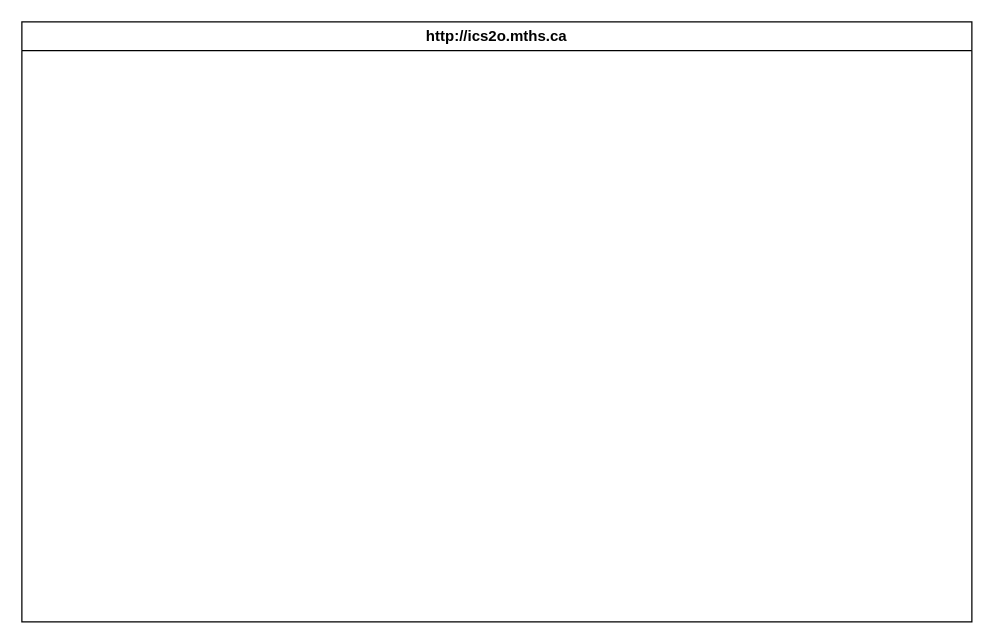
The draw.io diagram design/storyboard.drawio in MTHS-ICD2O-1-2023/ICD2O-Unit-5-03-hai-tran-2, before the edit. Source tidied: cells renumbered, new cells numbered last; positions are measured from the earlier drawing's top-left corner, leaving out a move shared by most shapes. Both pictures are drawn from the tidied source at 125%, with x=0, y=0 at pixel (21, 21).
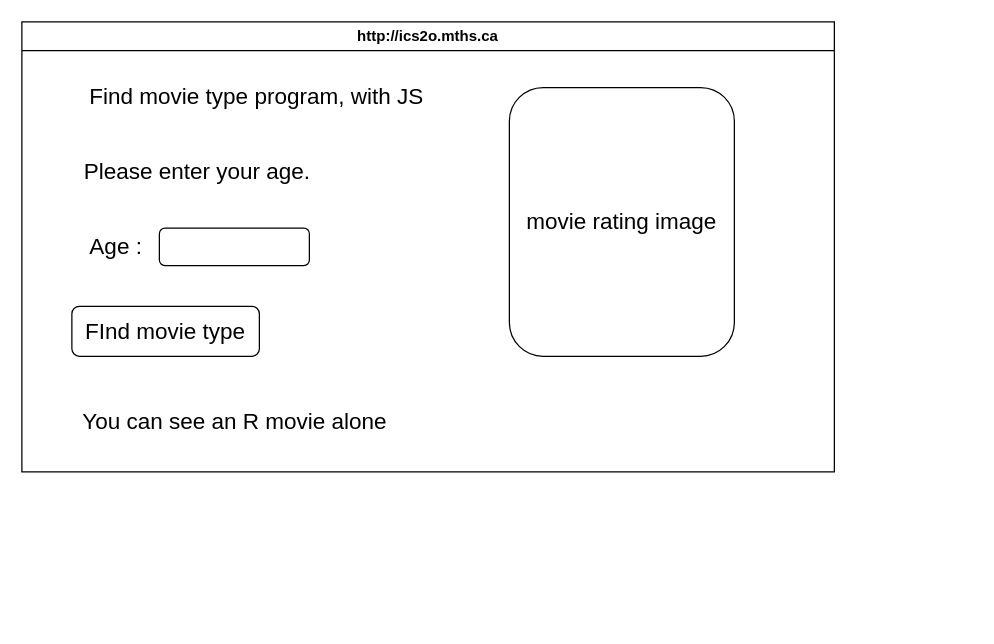
The same page after the edit.

Commit message (it also covers changes not shown here):
add storyboard and flowchart

What changed in the source:
```diff
@@
 <mxGraphModel>
   <root>
     <mxCell id="0" />
     <mxCell id="1" parent="0" />
     <mxCell id="2" value="http://ics2o.mths.ca" style="swimlane;whiteSpace=wrap;html=1;" parent="1" vertex="1">
-      <mxGeometry width="760" height="480" as="geometry" />
+      <mxGeometry width="650" height="360" as="geometry" />
     </mxCell>
+    <mxCell id="3" value="&lt;font style=&quot;font-size: 18px;&quot;&gt;Find movie type program, with JS&amp;nbsp;&lt;/font&gt;" style="text;html=1;align=center;verticalAlign=middle;strokeColor=none;fillColor=none;" parent="2" vertex="1">
+      <mxGeometry x="40" y="40" width="300" height="40" as="geometry" />
+    </mxCell>
+    <mxCell id="4" value="Please enter your age." style="text;html=1;align=center;verticalAlign=middle;strokeColor=none;fillColor=none;fontSize=18;" parent="2" vertex="1">
+      <mxGeometry x="40" y="100" width="200" height="40" as="geometry" />
+    </mxCell>
+    <mxCell id="5" value="Age :" style="text;html=1;align=center;verticalAlign=middle;strokeColor=none;fillColor=none;fontSize=18;" parent="2" vertex="1">
+      <mxGeometry x="40" y="160" width="70" height="40" as="geometry" />
+    </mxCell>
+    <mxCell id="6" style="rounded=1;whiteSpace=wrap;html=1;fontSize=18;" parent="2" vertex="1">
+      <mxGeometry x="110" y="165" width="120" height="30" as="geometry" />
+    </mxCell>
+    <mxCell id="7" value="FInd movie type" style="rounded=1;whiteSpace=wrap;html=1;fontSize=18;" parent="2" vertex="1">
+      <mxGeometry x="40" y="227.5" width="150" height="40" as="geometry" />
+    </mxCell>
+    <mxCell id="8" value="movie rating image" style="rounded=1;whiteSpace=wrap;html=1;fontSize=18;" parent="2" vertex="1">
+      <mxGeometry x="390" y="52.5" width="180" height="215" as="geometry" />
+    </mxCell>
+    <mxCell id="9" value="You can see an R movie alone" style="text;html=1;align=center;verticalAlign=middle;strokeColor=none;fillColor=none;fontSize=18;" parent="2" vertex="1">
+      <mxGeometry x="35" y="300" width="270" height="40" as="geometry" />
+    </mxCell>
   </root>
 </mxGraphModel>
```
